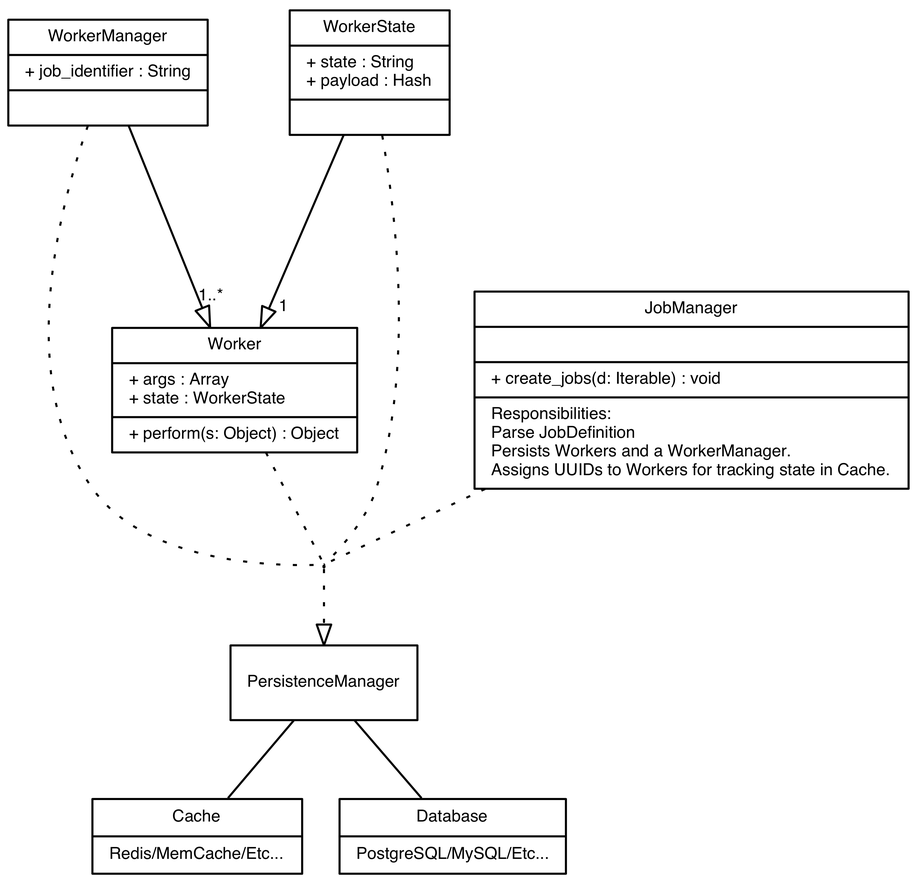
Above: diagrams/tsm.png in eihli/tsm (Graphviz), before the change. Its source is kept beside it as diagrams/tsm.dot.
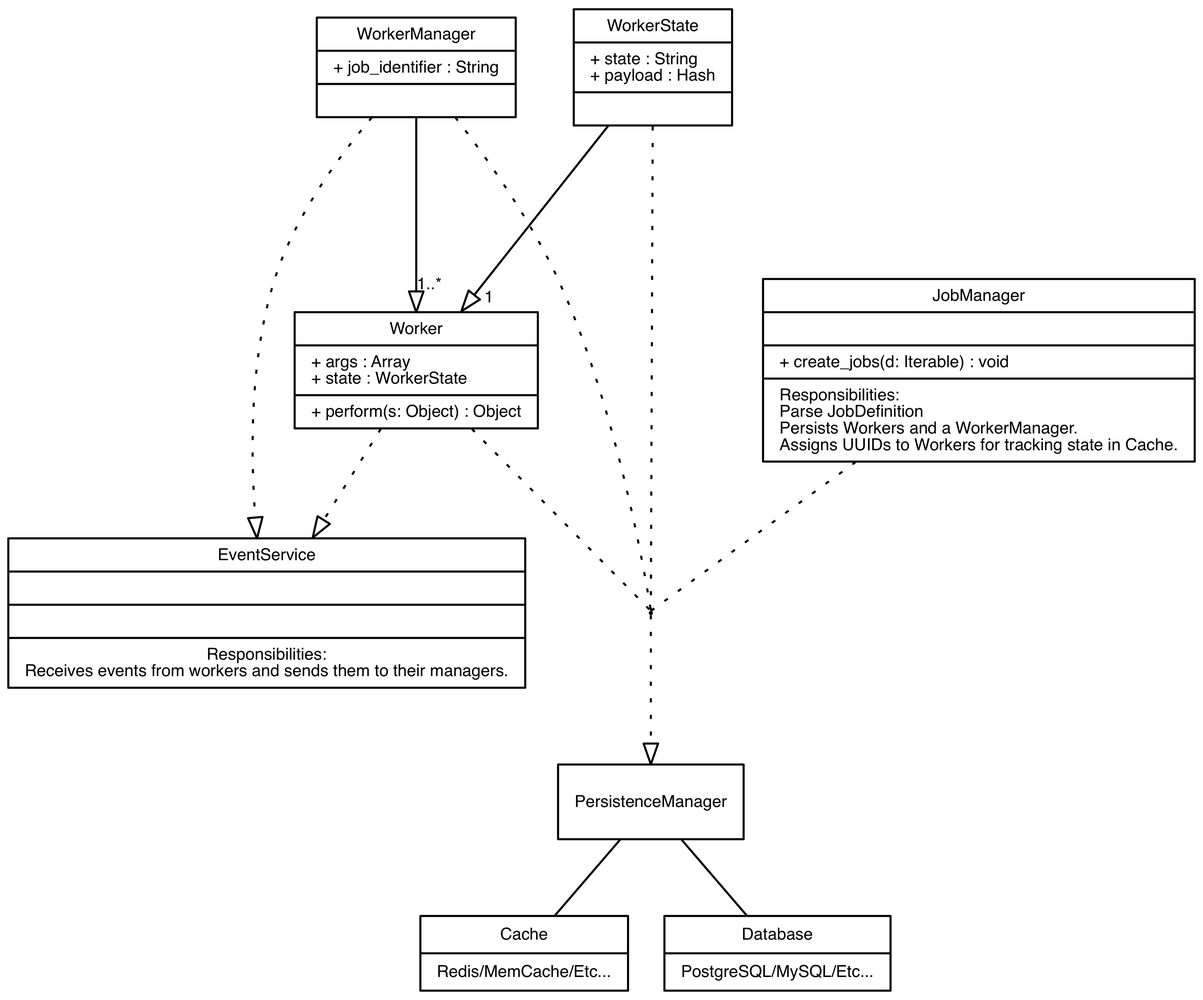
After the commit.

Commit message:
Add EventBus to diagram

Silly to poll redis for state changes, but can't count on Workers/WorkerManagers to be alive to talk to each other. Solution: Have them publish their state changes to some pubsub service.

The edit, as a diff of the source:
```diff
@@ -1,89 +1,95 @@
 digraph G {
   graph [dpi=500]
 
-    fontname = "Bitstream Vera Sans"
-    fontsize = 8
+  fontname = "Bitstream Vera Sans"
+  fontsize = 8
 
-    node [
-    fontname = "Bitstream Vera Sans"
-      fontsize = 8
-      shape = "record"
-    ]
+  node [
+  fontname = "Bitstream Vera Sans";
+  fontsize = 8;
+  shape = "record";
+  ]
 
-    edge [
-    fontname = "Bitstream Vera Sans"
-      fontsize = 8
-    ]
+  edge [
+  fontname = "Bitstream Vera Sans";
+  fontsize = 8;
+  ]
 
-    PersistenceManager [
-    label = "{PersistenceManager}"
-    ]
+  PersistenceManager [
+  label = "{PersistenceManager}"
+  ]
 
-    Cache [
-    label = "{Cache|Redis/MemCache/Etc...}"
-    ]
+  Cache [
+  label = "{Cache|Redis/MemCache/Etc...}"
+  ]
 
-    Database [
-    label = "{Database|PostgreSQL/MySQL/Etc...}"
-    ]
+  Database [
+  label = "{Database|PostgreSQL/MySQL/Etc...}"
+  ]
 
-    WorkerManager [
-    label = "{WorkerManager|+ job_identifier : String\l|}"
-    ]
+  WorkerManager [
+  label = "{WorkerManager|+ job_identifier : String\l|}"
+  ]
 
-    Worker [
-    label = "{Worker|+ args : Array\l+ state : WorkerState\l|+ perform(s: Object) : Object\l}"
-    ]
+  Worker [
+  label = "{Worker|+ args : Array\l+ state : WorkerState\l|+ perform(s: Object) : Object\l}"
+  ]
 
-    WorkerState [
-    label = "{WorkerState|+ state : String\l+ payload : Hash|}"
-    ]
+  WorkerState [
+  label = "{WorkerState|+ state : String\l+ payload : Hash|}"
+  ]
 
-    edge [
-    arrowhead = "none"
-    ]
+  EventService [
+  label = "{EventService|||Responsibilities:\lEvent bus for Workers/WorkerManagers\l}"
+  ]
 
-    PersistenceManager -> Cache
-    PersistenceManager -> Database
+  edge [
+  arrowhead = "none"
+  ]
 
-    PersistenceLayer [
-    shape = circle;
+  PersistenceManager -> Cache
+  PersistenceManager -> Database
+
+  PersistenceLayer [
+  shape = circle;
   width = .01;
   height = .01;
   label = "";
-    ]
+  ]
 
-      edge [
-      style = "dotted"
-      ]
+  edge [
+  style = "dotted";
+  ]
 
-      {WorkerManager Worker, WorkerState, JobManager} -> PersistenceLayer
+  {WorkerManager, Worker, WorkerState, JobManager} -> PersistenceLayer;
 
-    edge [
-      arrowhead = "onormal"
-        style = "dotted"
-    ]
+  edge [
+    arrowhead = "onormal";
+  style = "dotted";
+  ]
 
-    PersistenceLayer -> PersistenceManager
+  PersistenceLayer -> PersistenceManager
+  WorkerManager -> EventService
+  Worker -> EventService
 
-    edge [
-    arrowhead = "onormal"
-      style = "solid"
-      headlabel = "1..*"
-      minlen = "2"
-      labeldistance = "1.5"
-    ]
+  edge [
+  arrowhead = "onormal";
+  style = "solid";
+  headlabel = "1..*";
+  minlen = "2";
+  labeldistance = "1.5";
+  ]
 
-    WorkerManager -> Worker
+  WorkerManager -> Worker
 
-    edge [
-    headlabel = "1"
-    ]
+  edge [
+  headlabel = "1"
+  ]
 
-    WorkerState -> Worker
+  WorkerState -> Worker
 
-    JobManager [
-    label = "{JobManager||+ create_jobs(d: Iterable) : void\l|Responsibilities:\lParse JobDefinition\lPersists Workers and a WorkerManager.\lAssigns UUIDs to Workers for tracking state in Cache.\l}"
-    ]
+  JobManager [
+  label = "{JobManager||+ create_jobs(d: Iterable) : void\l|Responsibilities:\lParse JobDefinition\lPersists Workers and a WorkerManager.\lAssigns UUIDs to Workers for tracking state in Cache.\l}"
+  ]
 
 }
```
